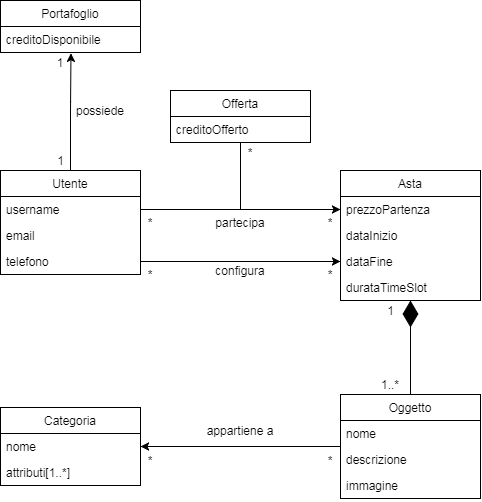
Above: Documentazione/Progettazione/Domain Model/Domain Model.png in UnimibSoftEngCourse1920/progetto-aste-2-gruppo-aste-2 (draw.io), before the change. Source tidied: cells renumbered, new cells last; positions are measured from the earlier drawing's top-left corner, leaving out a move shared by most shapes.
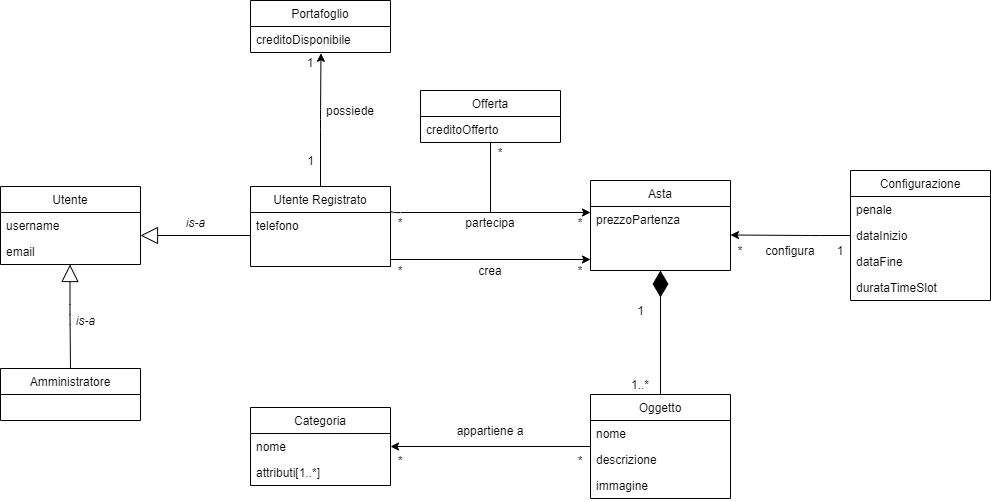
The same file after the commit.

Change to the diagram source:
```diff
@@ -5,33 +5,6 @@
     <mxCell id="2" style="edgeStyle=orthogonalEdgeStyle;rounded=1;jettySize=auto;html=1;exitX=0.5;exitY=0;exitDx=0;exitDy=0;entryX=0.503;entryY=1.03;entryDx=0;entryDy=0;entryPerimeter=0;" parent="1" edge="1" source="3" target="21">
       <mxGeometry relative="1" as="geometry" />
     </mxCell>
-    <mxCell id="3" value="Utente" style="swimlane;fontStyle=0;horizontal=1;startSize=26;fillColor=none;" parent="1" vertex="1">
-      <mxGeometry y="170" width="140" height="104" as="geometry" />
-    </mxCell>
-    <mxCell id="4" value="username" style="text;strokeColor=none;fillColor=none;align=left;verticalAlign=top;spacingLeft=4;spacingRight=4;overflow=hidden;points=[[0,0.5],[1,0.5]];portConstraint=eastwest;" parent="3" vertex="1">
-      <mxGeometry y="26" width="140" height="26" as="geometry" />
-    </mxCell>
-    <mxCell id="5" value="email" style="text;strokeColor=none;fillColor=none;align=left;verticalAlign=top;spacingLeft=4;spacingRight=4;overflow=hidden;" parent="3" vertex="1">
-      <mxGeometry y="52" width="140" height="26" as="geometry" />
-    </mxCell>
-    <mxCell id="6" value="telefono" style="text;strokeColor=none;fillColor=none;align=left;verticalAlign=top;spacingLeft=4;spacingRight=4;overflow=hidden;points=[[0,0.5],[1,0.5]];portConstraint=eastwest;" parent="3" vertex="1">
-      <mxGeometry y="78" width="140" height="26" as="geometry" />
-    </mxCell>
-    <mxCell id="7" value="Asta" style="swimlane;fontStyle=0;horizontal=1;startSize=26;fillColor=none;shadow=0;" parent="1" vertex="1">
-      <mxGeometry x="340" y="170" width="140" height="130" as="geometry" />
-    </mxCell>
-    <mxCell id="8" value="prezzoPartenza" style="text;strokeColor=none;fillColor=none;align=left;verticalAlign=top;spacingLeft=4;spacingRight=4;overflow=hidden;points=[[0,0.5],[1,0.5]];portConstraint=eastwest;" parent="7" vertex="1">
-      <mxGeometry y="26" width="140" height="26" as="geometry" />
-    </mxCell>
-    <mxCell id="9" value="dataInizio" style="text;strokeColor=none;fillColor=none;align=left;verticalAlign=top;spacingLeft=4;spacingRight=4;overflow=hidden;points=[[0,0.5],[1,0.5]];portConstraint=eastwest;" parent="7" vertex="1">
-      <mxGeometry y="52" width="140" height="26" as="geometry" />
-    </mxCell>
-    <mxCell id="10" value="dataFine" style="text;strokeColor=none;fillColor=none;align=left;verticalAlign=top;spacingLeft=4;spacingRight=4;overflow=hidden;" parent="7" vertex="1">
-      <mxGeometry y="78" width="140" height="26" as="geometry" />
-    </mxCell>
-    <mxCell id="11" value="durataTimeSlot" style="text;strokeColor=none;fillColor=none;align=left;verticalAlign=top;spacingLeft=4;spacingRight=4;overflow=hidden;" parent="7" vertex="1">
-      <mxGeometry y="104" width="140" height="26" as="geometry" />
-    </mxCell>
     <mxCell id="12" style="edgeStyle=orthogonalEdgeStyle;rounded=1;jettySize=auto;html=1;exitX=0;exitY=0.5;exitDx=0;exitDy=0;entryX=1;entryY=0.5;entryDx=0;entryDy=0;" parent="1" edge="1" source="13" target="17">
       <mxGeometry relative="1" as="geometry" />
     </mxCell>
@@ -62,17 +35,21 @@
     <mxCell id="21" value="creditoDisponibile" style="text;strokeColor=none;fillColor=none;align=left;verticalAlign=top;spacingLeft=4;spacingRight=4;overflow=hidden;points=[[0,0.5],[1,0.5]];portConstraint=eastwest;" parent="20" vertex="1">
       <mxGeometry y="26" width="140" height="26" as="geometry" />
     </mxCell>
-    <mxCell id="22" style="edgeStyle=orthogonalEdgeStyle;rounded=1;jettySize=auto;html=1;exitX=1;exitY=0.5;exitDx=0;exitDy=0;entryX=0;entryY=0.5;entryDx=0;entryDy=0;" parent="1" edge="1" source="4" target="8">
+    <mxCell id="22" style="edgeStyle=orthogonalEdgeStyle;rounded=1;jettySize=auto;html=1;exitX=1;exitY=0.5;exitDx=0;exitDy=0;entryX=0.75;entryY=0;entryDx=0;entryDy=0;" parent="1" edge="1" target="29">
       <mxGeometry relative="1" as="geometry">
+        <mxPoint x="140" y="209" as="sourcePoint" />
         <Array as="points">
-          <mxPoint x="240" y="209" />
-          <mxPoint x="240" y="209" />
+          <mxPoint x="140" y="212" />
         </Array>
       </mxGeometry>
     </mxCell>
-    <mxCell id="23" style="edgeStyle=orthogonalEdgeStyle;rounded=1;jettySize=auto;html=1;exitX=1;exitY=0.5;exitDx=0;exitDy=0;" parent="1" edge="1" source="6">
+    <mxCell id="23" style="edgeStyle=orthogonalEdgeStyle;rounded=1;orthogonalLoop=1;jettySize=auto;html=1;" parent="1" edge="1">
       <mxGeometry relative="1" as="geometry">
-        <mxPoint x="340" y="261" as="targetPoint" />
+        <mxPoint x="140" y="259" as="sourcePoint" />
+        <mxPoint x="340" y="259" as="targetPoint" />
+        <Array as="points">
+          <mxPoint x="140" y="259" />
+        </Array>
       </mxGeometry>
     </mxCell>
     <mxCell id="24" value="*" style="text;html=1;strokeColor=none;fillColor=none;align=center;verticalAlign=middle;whiteSpace=wrap;rounded=0;shadow=0;" parent="1" vertex="1">
@@ -81,11 +58,11 @@
     <mxCell id="25" value="1..*" style="text;html=1;strokeColor=none;fillColor=none;align=center;verticalAlign=middle;whiteSpace=wrap;rounded=0;shadow=0;" parent="1" vertex="1">
       <mxGeometry x="370" y="374" width="40" height="20" as="geometry" />
     </mxCell>
-    <mxCell id="26" value="configura" style="text;html=1;strokeColor=none;fillColor=none;align=center;verticalAlign=middle;whiteSpace=wrap;rounded=0;shadow=0;" parent="1" vertex="1">
+    <mxCell id="26" value="crea" style="text;html=1;strokeColor=none;fillColor=none;align=center;verticalAlign=middle;whiteSpace=wrap;rounded=0;shadow=0;" parent="1" vertex="1">
       <mxGeometry x="220" y="260" width="40" height="20" as="geometry" />
     </mxCell>
     <mxCell id="27" value="*" style="text;html=1;strokeColor=none;fillColor=none;align=center;verticalAlign=middle;whiteSpace=wrap;rounded=0;shadow=0;" parent="1" vertex="1">
-      <mxGeometry x="310" y="264" width="40" height="20" as="geometry" />
+      <mxGeometry x="310" y="260" width="40" height="20" as="geometry" />
     </mxCell>
     <mxCell id="28" value="partecipa" style="text;html=1;strokeColor=none;fillColor=none;align=center;verticalAlign=middle;whiteSpace=wrap;rounded=0;shadow=0;" parent="1" vertex="1">
       <mxGeometry x="220" y="212" width="40" height="20" as="geometry" />
@@ -99,10 +76,8 @@
     <mxCell id="31" value="creditoOfferto" style="text;strokeColor=none;fillColor=none;align=left;verticalAlign=top;spacingLeft=4;spacingRight=4;overflow=hidden;" parent="30" vertex="1">
       <mxGeometry y="26" width="140" height="26" as="geometry" />
     </mxCell>
-    <mxCell id="32" style="endArrow=none;html=1;" parent="1" edge="1" target="30">
-      <mxGeometry relative="1" as="geometry">
-        <mxPoint x="240" y="209" as="sourcePoint" />
-      </mxGeometry>
+    <mxCell id="32" style="endArrow=none;html=1;exitX=0.5;exitY=0;exitDx=0;exitDy=0;" parent="1" edge="1" source="28" target="30">
+      <mxGeometry relative="1" as="geometry" />
     </mxCell>
     <mxCell id="33" value="&lt;div&gt;possiede&lt;/div&gt;" style="text;html=1;strokeColor=none;fillColor=none;align=center;verticalAlign=middle;whiteSpace=wrap;rounded=0;shadow=0;" parent="1" vertex="1">
       <mxGeometry x="80" y="100" width="40" height="20" as="geometry" />
@@ -117,7 +92,7 @@
       <mxGeometry x="130" y="212" width="40" height="20" as="geometry" />
     </mxCell>
     <mxCell id="37" value="*" style="text;html=1;strokeColor=none;fillColor=none;align=center;verticalAlign=middle;whiteSpace=wrap;rounded=0;shadow=0;" parent="1" vertex="1">
-      <mxGeometry x="130" y="264" width="40" height="20" as="geometry" />
+      <mxGeometry x="130" y="260" width="40" height="20" as="geometry" />
     </mxCell>
     <mxCell id="38" value="*" style="text;html=1;strokeColor=none;fillColor=none;align=center;verticalAlign=middle;whiteSpace=wrap;rounded=0;shadow=0;" parent="1" vertex="1">
       <mxGeometry x="230" y="142" width="40" height="20" as="geometry" />
@@ -134,5 +109,81 @@
     <mxCell id="42" style="endArrow=diamondThin;endFill=1;endSize=24;html=1;" parent="1" edge="1" source="13" target="7">
       <mxGeometry relative="1" as="geometry" />
     </mxCell>
+    <mxCell id="43" style="endArrow=block;html=1;exitX=0;exitY=0.5;exitDx=0;exitDy=0;endFill=0;strokeWidth=1;endSize=15;" parent="1" edge="1">
+      <mxGeometry relative="1" as="geometry">
+        <mxPoint y="235" as="sourcePoint" />
+        <mxPoint x="-110" y="235" as="targetPoint" />
+      </mxGeometry>
+    </mxCell>
+    <mxCell id="44" value="Utente" style="swimlane;fontStyle=0;horizontal=1;startSize=26;fillColor=none;" parent="1" vertex="1">
+      <mxGeometry x="-250" y="186" width="140" height="78" as="geometry" />
+    </mxCell>
+    <mxCell id="4" value="username" style="text;strokeColor=none;fillColor=none;align=left;verticalAlign=top;spacingLeft=4;spacingRight=4;overflow=hidden;points=[[0,0.5],[1,0.5]];portConstraint=eastwest;" parent="44" vertex="1">
+      <mxGeometry y="26" width="140" height="26" as="geometry" />
+    </mxCell>
+    <mxCell id="5" value="email" style="text;strokeColor=none;fillColor=none;align=left;verticalAlign=top;spacingLeft=4;spacingRight=4;overflow=hidden;" parent="44" vertex="1">
+      <mxGeometry y="52" width="140" height="26" as="geometry" />
+    </mxCell>
+    <mxCell id="45" style="endArrow=block;html=1;endFill=0;strokeWidth=1;exitX=0.5;exitY=0;exitDx=0;exitDy=0;endSize=15;" parent="1" edge="1" source="46">
+      <mxGeometry relative="1" as="geometry">
+        <mxPoint x="-180.5" y="264" as="targetPoint" />
+        <Array as="points">
+          <mxPoint x="-180.5" y="314" />
+        </Array>
+      </mxGeometry>
+    </mxCell>
+    <mxCell id="46" value="Amministratore" style="swimlane;fontStyle=0;horizontal=1;startSize=26;fillColor=none;" parent="1" vertex="1">
+      <mxGeometry x="-250" y="368" width="140" height="52" as="geometry" />
+    </mxCell>
+    <mxCell id="47" value="&lt;i&gt;is-a&lt;/i&gt;" style="text;html=1;align=center;verticalAlign=middle;" parent="1" vertex="1">
+      <mxGeometry x="-70" y="212" width="30" height="20" as="geometry" />
+    </mxCell>
+    <mxCell id="48" value="&lt;i&gt;is-a&lt;/i&gt;" style="text;html=1;align=center;verticalAlign=middle;" parent="1" vertex="1">
+      <mxGeometry x="-180" y="310" width="30" height="20" as="geometry" />
+    </mxCell>
+    <mxCell id="3" value="Utente Registrato" style="swimlane;fontStyle=0;horizontal=1;startSize=26;fillColor=none;" parent="1" vertex="1">
+      <mxGeometry y="186" width="140" height="80" as="geometry" />
+    </mxCell>
+    <mxCell id="6" value="telefono" style="text;strokeColor=none;fillColor=none;align=left;verticalAlign=top;spacingLeft=4;spacingRight=4;overflow=hidden;points=[[0,0.5],[1,0.5]];portConstraint=eastwest;" parent="3" vertex="1">
+      <mxGeometry y="26" width="140" height="54" as="geometry" />
+    </mxCell>
+    <mxCell id="49" style="edgeStyle=orthogonalEdgeStyle;rounded=1;jettySize=auto;html=1;exitX=0;exitY=0.5;exitDx=0;exitDy=0;" parent="1" edge="1" source="9">
+      <mxGeometry relative="1" as="geometry">
+        <mxPoint x="480" y="234.5" as="targetPoint" />
+        <Array as="points">
+          <mxPoint x="560" y="235" />
+        </Array>
+      </mxGeometry>
+    </mxCell>
+    <mxCell id="50" value="configura" style="text;html=1;strokeColor=none;fillColor=none;align=center;verticalAlign=middle;whiteSpace=wrap;rounded=0;shadow=0;" parent="1" vertex="1">
+      <mxGeometry x="520" y="240" width="40" height="20" as="geometry" />
+    </mxCell>
+    <mxCell id="51" value="*" style="text;html=1;strokeColor=none;fillColor=none;align=center;verticalAlign=middle;whiteSpace=wrap;rounded=0;shadow=0;" parent="1" vertex="1">
+      <mxGeometry x="470" y="240" width="40" height="20" as="geometry" />
+    </mxCell>
+    <mxCell id="52" value="1" style="text;html=1;strokeColor=none;fillColor=none;align=center;verticalAlign=middle;whiteSpace=wrap;rounded=0;shadow=0;" parent="1" vertex="1">
+      <mxGeometry x="570" y="240" width="40" height="20" as="geometry" />
+    </mxCell>
+    <mxCell id="53" value="Configurazione" style="swimlane;fontStyle=0;horizontal=1;startSize=26;fillColor=none;shadow=0;" parent="1" vertex="1">
+      <mxGeometry x="600" y="170" width="140" height="130" as="geometry" />
+    </mxCell>
+    <mxCell id="54" value="penale" style="text;strokeColor=none;fillColor=none;align=left;verticalAlign=top;spacingLeft=4;spacingRight=4;overflow=hidden;" parent="53" vertex="1">
+      <mxGeometry y="26" width="140" height="26" as="geometry" />
+    </mxCell>
+    <mxCell id="9" value="dataInizio" style="text;strokeColor=none;fillColor=none;align=left;verticalAlign=top;spacingLeft=4;spacingRight=4;overflow=hidden;points=[[0,0.5],[1,0.5]];portConstraint=eastwest;" parent="53" vertex="1">
+      <mxGeometry y="52" width="140" height="26" as="geometry" />
+    </mxCell>
+    <mxCell id="10" value="dataFine" style="text;strokeColor=none;fillColor=none;align=left;verticalAlign=top;spacingLeft=4;spacingRight=4;overflow=hidden;" parent="53" vertex="1">
+      <mxGeometry y="78" width="140" height="26" as="geometry" />
+    </mxCell>
+    <mxCell id="11" value="durataTimeSlot" style="text;strokeColor=none;fillColor=none;align=left;verticalAlign=top;spacingLeft=4;spacingRight=4;overflow=hidden;" parent="53" vertex="1">
+      <mxGeometry y="104" width="140" height="26" as="geometry" />
+    </mxCell>
+    <mxCell id="7" value="Asta" style="swimlane;fontStyle=0;horizontal=1;startSize=26;fillColor=none;shadow=0;" parent="1" vertex="1">
+      <mxGeometry x="340" y="180" width="140" height="90" as="geometry" />
+    </mxCell>
+    <mxCell id="8" value="prezzoPartenza" style="text;strokeColor=none;fillColor=none;align=left;verticalAlign=top;spacingLeft=4;spacingRight=4;overflow=hidden;points=[[0,0.5],[1,0.5]];portConstraint=eastwest;" parent="7" vertex="1">
+      <mxGeometry y="26" width="140" height="64" as="geometry" />
+    </mxCell>
   </root>
 </mxGraphModel>
```
